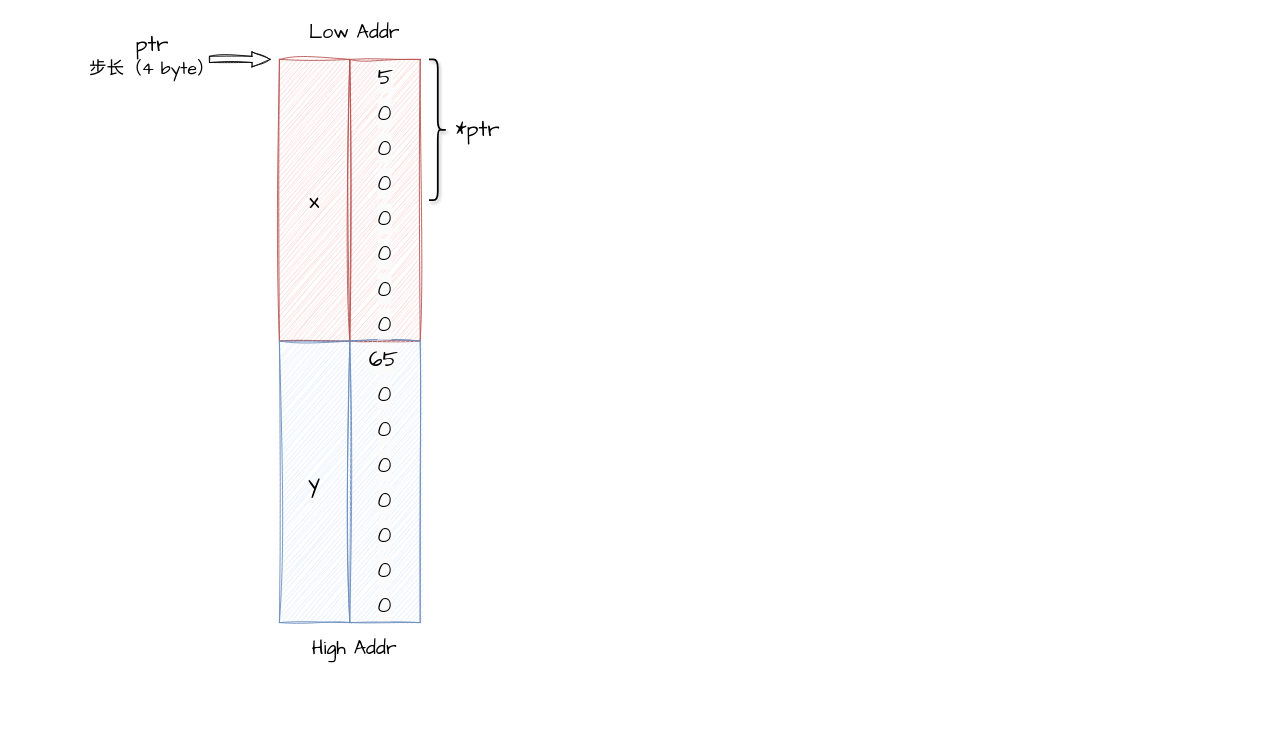
This is 理解指针.drawio from noobone123/Some_pics, a draw.io file, before an edit. Source tidied: cells renumbered, new cells numbered last; positions are measured from the earlier drawing's top-left corner, leaving out a move shared by most shapes. Both pictures are drawn from the tidied source at 88%, with x=0, y=0 at pixel (81, 15).
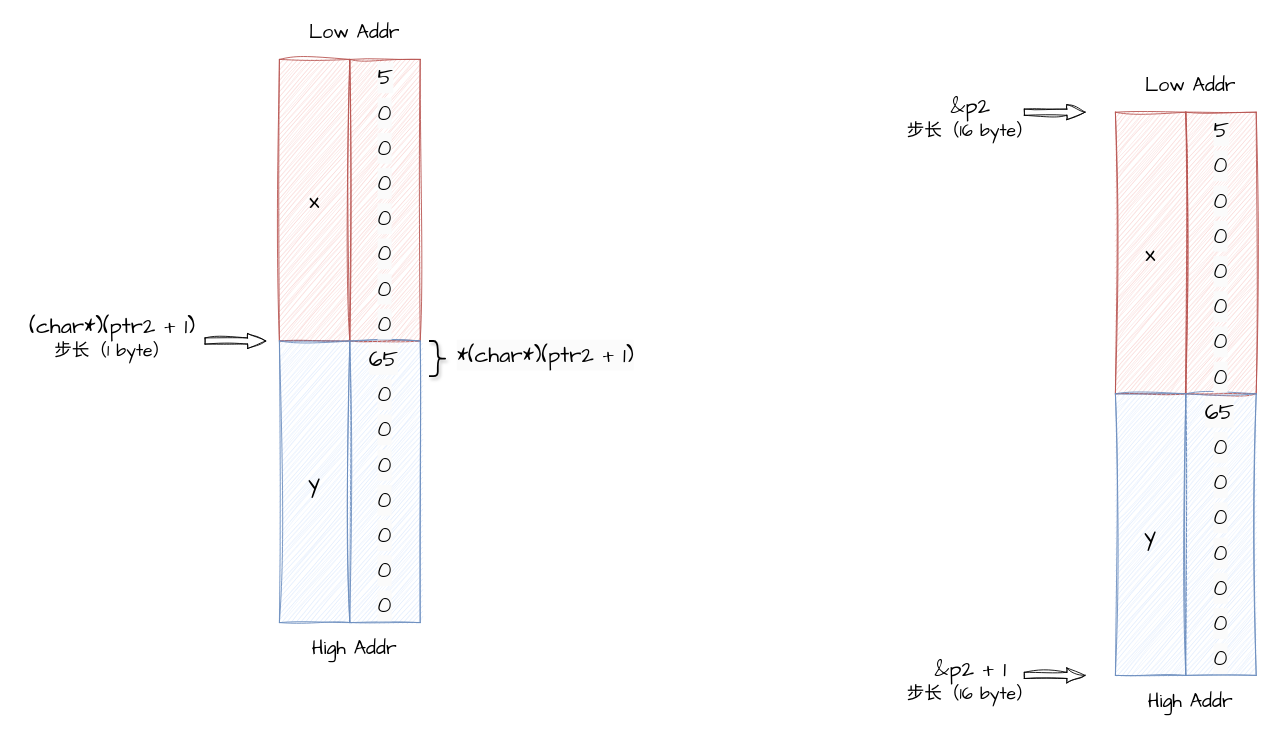
Above is the later version.

Commit message (it also covers changes not shown here):
更新理解指针.drawio

The edit, as a diff of the source:
```diff
@@
     <mxCell id="4" style="endArrow=classic;html=1;rounded=0;fontFamily=Helvetica;fontSize=12;fontColor=default;sketch=1;curveFitting=1;jiggle=2;shape=flexArrow;endWidth=9;endSize=6.56;width=7;" parent="1" edge="1">
       <mxGeometry relative="1" as="geometry">
-        <mxPoint x="145" y="50" as="sourcePoint" />
-        <mxPoint x="215" y="50" as="targetPoint" />
+        <mxPoint x="140" y="370" as="sourcePoint" />
+        <mxPoint x="210" y="370" as="targetPoint" />
       </mxGeometry>
     </mxCell>
-    <mxCell id="5" value="&lt;font style=&quot;&quot; face=&quot;Comic Sans MS&quot;&gt;&lt;span style=&quot;font-size: 25px;&quot;&gt;ptr&lt;/span&gt;&lt;br&gt;&lt;font style=&quot;font-size: 20px;&quot;&gt;步长（4 byte）&lt;/font&gt;&lt;br&gt;&lt;/font&gt;" style="text;html=1;align=center;verticalAlign=middle;strokeColor=none;fillColor=none;fontSize=12;fontFamily=Helvetica;fontColor=default;" parent="1" vertex="1">
-      <mxGeometry y="10" width="160" height="70" as="geometry" />
+    <mxCell id="5" value="&lt;font style=&quot;&quot; face=&quot;Comic Sans MS&quot;&gt;&lt;span style=&quot;font-size: 25px;&quot;&gt;(char*)(ptr2 + 1)&lt;/span&gt;&lt;br&gt;&lt;font style=&quot;font-size: 20px;&quot;&gt;步长（1 byte）&lt;/font&gt;&lt;br&gt;&lt;/font&gt;" style="text;html=1;align=center;verticalAlign=middle;strokeColor=none;fillColor=none;fontSize=12;fontFamily=Helvetica;fontColor=default;" parent="1" vertex="1">
+      <mxGeometry x="-75" y="330" width="220" height="70" as="geometry" />
     </mxCell>
@@
     <mxCell id="26" style="shape=curlyBracket;whiteSpace=wrap;html=1;rounded=1;flipH=1;labelPosition=right;verticalLabelPosition=middle;align=left;verticalAlign=middle;fontFamily=Helvetica;fontSize=12;fontColor=default;fillColor=none;gradientColor=none;strokeWidth=2;shadow=1;" parent="1" vertex="1">
-      <mxGeometry x="395" y="50" width="20" height="160" as="geometry" />
+      <mxGeometry x="395" y="370" width="20" height="40" as="geometry" />
     </mxCell>
-    <mxCell id="27" value="&lt;font style=&quot;&quot; face=&quot;Comic Sans MS&quot;&gt;&lt;span style=&quot;font-size: 25px;&quot;&gt;*ptr&lt;/span&gt;&lt;br&gt;&lt;/font&gt;" style="text;html=1;align=center;verticalAlign=middle;strokeColor=none;fillColor=none;fontSize=12;fontFamily=Helvetica;fontColor=default;" parent="1" vertex="1">
-      <mxGeometry x="415" y="110" width="70" height="40" as="geometry" />
-    </mxCell>
+    <mxCell id="28" value="&lt;span style=&quot;border-color: var(--border-color); color: rgb(0, 0, 0); font-family: &amp;quot;Comic Sans MS&amp;quot;; font-style: normal; font-variant-ligatures: normal; font-variant-caps: normal; font-weight: 400; letter-spacing: normal; orphans: 2; text-align: center; text-indent: 0px; text-transform: none; widows: 2; word-spacing: 0px; -webkit-text-stroke-width: 0px; background-color: rgb(251, 251, 251); text-decoration-thickness: initial; text-decoration-style: initial; text-decoration-color: initial; font-size: 25px;&quot;&gt;*(char*)(ptr2 + 1)&lt;/span&gt;" style="text;whiteSpace=wrap;html=1;fontSize=12;fontFamily=Helvetica;fontColor=default;" parent="1" vertex="1">
+      <mxGeometry x="425" y="365" width="230" height="50" as="geometry" />
+    </mxCell>
+    <mxCell id="29" value="&lt;font face=&quot;Comic Sans MS&quot; style=&quot;font-size: 25px;&quot;&gt;x&lt;/font&gt;" style="rounded=0;whiteSpace=wrap;html=1;fillColor=#f8cecc;strokeColor=#b85450;sketch=1;curveFitting=1;jiggle=2;shadow=0;" parent="1" vertex="1">
+      <mxGeometry x="1175" y="110" width="80" height="320" as="geometry" />
+    </mxCell>
+    <mxCell id="30" value="&lt;font face=&quot;Comic Sans MS&quot; style=&quot;font-size: 25px;&quot;&gt;y&lt;/font&gt;" style="rounded=0;whiteSpace=wrap;html=1;fillColor=#dae8fc;strokeColor=#6c8ebf;sketch=1;curveFitting=1;jiggle=2;" parent="1" vertex="1">
+      <mxGeometry x="1175" y="430" width="80" height="320" as="geometry" />
+    </mxCell>
+    <mxCell id="31" style="endArrow=classic;html=1;rounded=0;fontFamily=Helvetica;fontSize=12;fontColor=default;sketch=1;curveFitting=1;jiggle=2;shape=flexArrow;endWidth=9;endSize=6.56;width=7;" parent="1" edge="1">
+      <mxGeometry relative="1" as="geometry">
+        <mxPoint x="1071" y="110" as="sourcePoint" />
+        <mxPoint x="1141" y="110" as="targetPoint" />
+      </mxGeometry>
+    </mxCell>
+    <mxCell id="32" value="&lt;font style=&quot;&quot; face=&quot;Comic Sans MS&quot;&gt;&lt;span style=&quot;font-size: 25px;&quot;&gt;&amp;amp;p2&lt;/span&gt;&lt;br&gt;&lt;font style=&quot;font-size: 20px;&quot;&gt;步长（16 byte）&lt;/font&gt;&lt;br&gt;&lt;/font&gt;" style="text;html=1;align=center;verticalAlign=middle;strokeColor=none;fillColor=none;fontSize=12;fontFamily=Helvetica;fontColor=default;" parent="1" vertex="1">
+      <mxGeometry x="925" y="80" width="170" height="70" as="geometry" />
+    </mxCell>
+    <mxCell id="33" style="rounded=0;whiteSpace=wrap;html=1;fillColor=#f8cecc;strokeColor=#b85450;sketch=1;curveFitting=1;jiggle=2;shadow=0;" parent="1" vertex="1">
+      <mxGeometry x="1255" y="110" width="80" height="320" as="geometry" />
+    </mxCell>
+    <mxCell id="34" style="rounded=0;whiteSpace=wrap;html=1;fillColor=#dae8fc;strokeColor=#6c8ebf;sketch=1;curveFitting=1;jiggle=2;shadow=0;" parent="1" vertex="1">
+      <mxGeometry x="1255" y="430" width="80" height="320" as="geometry" />
+    </mxCell>
+    <mxCell id="35" value="&lt;span style=&quot;color: rgb(0, 0, 0); font-family: &amp;quot;Comic Sans MS&amp;quot;; font-size: 25px; font-style: normal; font-variant-ligatures: normal; font-variant-caps: normal; font-weight: 400; letter-spacing: normal; orphans: 2; text-align: center; text-indent: 0px; text-transform: none; widows: 2; word-spacing: 0px; -webkit-text-stroke-width: 0px; background-color: rgb(251, 251, 251); text-decoration-thickness: initial; text-decoration-style: initial; text-decoration-color: initial; float: none; display: inline !important;&quot;&gt;5&lt;/span&gt;" style="text;whiteSpace=wrap;html=1;fontSize=12;fontFamily=Helvetica;fontColor=default;" parent="1" vertex="1">
+      <mxGeometry x="1285" y="110" width="20" height="50" as="geometry" />
+    </mxCell>
+    <mxCell id="36" value="&lt;span style=&quot;color: rgb(0, 0, 0); font-family: &amp;quot;Comic Sans MS&amp;quot;; font-size: 25px; font-style: normal; font-variant-ligatures: normal; font-variant-caps: normal; font-weight: 400; letter-spacing: normal; orphans: 2; text-align: center; text-indent: 0px; text-transform: none; widows: 2; word-spacing: 0px; -webkit-text-stroke-width: 0px; background-color: rgb(251, 251, 251); text-decoration-thickness: initial; text-decoration-style: initial; text-decoration-color: initial; float: none; display: inline !important;&quot;&gt;0&lt;/span&gt;" style="text;whiteSpace=wrap;html=1;fontSize=12;fontFamily=Helvetica;fontColor=default;" parent="1" vertex="1">
+      <mxGeometry x="1285" y="150" width="20" height="50" as="geometry" />
+    </mxCell>
+    <mxCell id="37" value="&lt;span style=&quot;color: rgb(0, 0, 0); font-family: &amp;quot;Comic Sans MS&amp;quot;; font-size: 25px; font-style: normal; font-variant-ligatures: normal; font-variant-caps: normal; font-weight: 400; letter-spacing: normal; orphans: 2; text-align: center; text-indent: 0px; text-transform: none; widows: 2; word-spacing: 0px; -webkit-text-stroke-width: 0px; background-color: rgb(251, 251, 251); text-decoration-thickness: initial; text-decoration-style: initial; text-decoration-color: initial; float: none; display: inline !important;&quot;&gt;0&lt;/span&gt;" style="text;whiteSpace=wrap;html=1;fontSize=12;fontFamily=Helvetica;fontColor=default;" parent="1" vertex="1">
+      <mxGeometry x="1285" y="190" width="20" height="50" as="geometry" />
+    </mxCell>
+    <mxCell id="38" value="&lt;span style=&quot;color: rgb(0, 0, 0); font-family: &amp;quot;Comic Sans MS&amp;quot;; font-size: 25px; font-style: normal; font-variant-ligatures: normal; font-variant-caps: normal; font-weight: 400; letter-spacing: normal; orphans: 2; text-align: center; text-indent: 0px; text-transform: none; widows: 2; word-spacing: 0px; -webkit-text-stroke-width: 0px; background-color: rgb(251, 251, 251); text-decoration-thickness: initial; text-decoration-style: initial; text-decoration-color: initial; float: none; display: inline !important;&quot;&gt;0&lt;/span&gt;" style="text;whiteSpace=wrap;html=1;fontSize=12;fontFamily=Helvetica;fontColor=default;" parent="1" vertex="1">
+      <mxGeometry x="1285" y="230" width="20" height="50" as="geometry" />
+    </mxCell>
+    <mxCell id="39" value="&lt;span style=&quot;color: rgb(0, 0, 0); font-family: &amp;quot;Comic Sans MS&amp;quot;; font-size: 25px; font-style: normal; font-variant-ligatures: normal; font-variant-caps: normal; font-weight: 400; letter-spacing: normal; orphans: 2; text-align: center; text-indent: 0px; text-transform: none; widows: 2; word-spacing: 0px; -webkit-text-stroke-width: 0px; background-color: rgb(251, 251, 251); text-decoration-thickness: initial; text-decoration-style: initial; text-decoration-color: initial; float: none; display: inline !important;&quot;&gt;0&lt;/span&gt;" style="text;whiteSpace=wrap;html=1;fontSize=12;fontFamily=Helvetica;fontColor=default;" parent="1" vertex="1">
+      <mxGeometry x="1285" y="270" width="20" height="50" as="geometry" />
+    </mxCell>
+    <mxCell id="40" value="&lt;span style=&quot;color: rgb(0, 0, 0); font-family: &amp;quot;Comic Sans MS&amp;quot;; font-size: 25px; font-style: normal; font-variant-ligatures: normal; font-variant-caps: normal; font-weight: 400; letter-spacing: normal; orphans: 2; text-align: center; text-indent: 0px; text-transform: none; widows: 2; word-spacing: 0px; -webkit-text-stroke-width: 0px; background-color: rgb(251, 251, 251); text-decoration-thickness: initial; text-decoration-style: initial; text-decoration-color: initial; float: none; display: inline !important;&quot;&gt;0&lt;/span&gt;" style="text;whiteSpace=wrap;html=1;fontSize=12;fontFamily=Helvetica;fontColor=default;" parent="1" vertex="1">
+      <mxGeometry x="1285" y="310" width="20" height="50" as="geometry" />
+    </mxCell>
+    <mxCell id="41" value="&lt;span style=&quot;color: rgb(0, 0, 0); font-family: &amp;quot;Comic Sans MS&amp;quot;; font-size: 25px; font-style: normal; font-variant-ligatures: normal; font-variant-caps: normal; font-weight: 400; letter-spacing: normal; orphans: 2; text-align: center; text-indent: 0px; text-transform: none; widows: 2; word-spacing: 0px; -webkit-text-stroke-width: 0px; background-color: rgb(251, 251, 251); text-decoration-thickness: initial; text-decoration-style: initial; text-decoration-color: initial; float: none; display: inline !important;&quot;&gt;0&lt;/span&gt;" style="text;whiteSpace=wrap;html=1;fontSize=12;fontFamily=Helvetica;fontColor=default;" parent="1" vertex="1">
+      <mxGeometry x="1285" y="350" width="20" height="50" as="geometry" />
+    </mxCell>
+    <mxCell id="42" value="&lt;span style=&quot;color: rgb(0, 0, 0); font-family: &amp;quot;Comic Sans MS&amp;quot;; font-size: 25px; font-style: normal; font-variant-ligatures: normal; font-variant-caps: normal; font-weight: 400; letter-spacing: normal; orphans: 2; text-align: center; text-indent: 0px; text-transform: none; widows: 2; word-spacing: 0px; -webkit-text-stroke-width: 0px; background-color: rgb(251, 251, 251); text-decoration-thickness: initial; text-decoration-style: initial; text-decoration-color: initial; float: none; display: inline !important;&quot;&gt;0&lt;/span&gt;" style="text;whiteSpace=wrap;html=1;fontSize=12;fontFamily=Helvetica;fontColor=default;" parent="1" vertex="1">
+      <mxGeometry x="1285" y="390" width="20" height="50" as="geometry" />
+    </mxCell>
+    <mxCell id="43" value="&lt;span style=&quot;color: rgb(0, 0, 0); font-family: &amp;quot;Comic Sans MS&amp;quot;; font-size: 25px; font-style: normal; font-variant-ligatures: normal; font-variant-caps: normal; font-weight: 400; letter-spacing: normal; orphans: 2; text-align: center; text-indent: 0px; text-transform: none; widows: 2; word-spacing: 0px; -webkit-text-stroke-width: 0px; background-color: rgb(251, 251, 251); text-decoration-thickness: initial; text-decoration-style: initial; text-decoration-color: initial; float: none; display: inline !important;&quot;&gt;65&lt;/span&gt;" style="text;whiteSpace=wrap;html=1;fontSize=12;fontFamily=Helvetica;fontColor=default;" parent="1" vertex="1">
+      <mxGeometry x="1275" y="430" width="30" height="50" as="geometry" />
+    </mxCell>
+    <mxCell id="44" value="&lt;span style=&quot;color: rgb(0, 0, 0); font-family: &amp;quot;Comic Sans MS&amp;quot;; font-size: 25px; font-style: normal; font-variant-ligatures: normal; font-variant-caps: normal; font-weight: 400; letter-spacing: normal; orphans: 2; text-align: center; text-indent: 0px; text-transform: none; widows: 2; word-spacing: 0px; -webkit-text-stroke-width: 0px; background-color: rgb(251, 251, 251); text-decoration-thickness: initial; text-decoration-style: initial; text-decoration-color: initial; float: none; display: inline !important;&quot;&gt;0&lt;/span&gt;" style="text;whiteSpace=wrap;html=1;fontSize=12;fontFamily=Helvetica;fontColor=default;" parent="1" vertex="1">
+      <mxGeometry x="1285" y="470" width="20" height="50" as="geometry" />
+    </mxCell>
+    <mxCell id="45" value="&lt;span style=&quot;color: rgb(0, 0, 0); font-family: &amp;quot;Comic Sans MS&amp;quot;; font-size: 25px; font-style: normal; font-variant-ligatures: normal; font-variant-caps: normal; font-weight: 400; letter-spacing: normal; orphans: 2; text-align: center; text-indent: 0px; text-transform: none; widows: 2; word-spacing: 0px; -webkit-text-stroke-width: 0px; background-color: rgb(251, 251, 251); text-decoration-thickness: initial; text-decoration-style: initial; text-decoration-color: initial; float: none; display: inline !important;&quot;&gt;0&lt;/span&gt;" style="text;whiteSpace=wrap;html=1;fontSize=12;fontFamily=Helvetica;fontColor=default;" parent="1" vertex="1">
+      <mxGeometry x="1285" y="510" width="20" height="50" as="geometry" />
+    </mxCell>
+    <mxCell id="46" value="&lt;span style=&quot;color: rgb(0, 0, 0); font-family: &amp;quot;Comic Sans MS&amp;quot;; font-size: 25px; font-style: normal; font-variant-ligatures: normal; font-variant-caps: normal; font-weight: 400; letter-spacing: normal; orphans: 2; text-align: center; text-indent: 0px; text-transform: none; widows: 2; word-spacing: 0px; -webkit-text-stroke-width: 0px; background-color: rgb(251, 251, 251); text-decoration-thickness: initial; text-decoration-style: initial; text-decoration-color: initial; float: none; display: inline !important;&quot;&gt;0&lt;/span&gt;" style="text;whiteSpace=wrap;html=1;fontSize=12;fontFamily=Helvetica;fontColor=default;" parent="1" vertex="1">
+      <mxGeometry x="1285" y="550" width="20" height="50" as="geometry" />
+    </mxCell>
+    <mxCell id="47" value="&lt;span style=&quot;color: rgb(0, 0, 0); font-family: &amp;quot;Comic Sans MS&amp;quot;; font-size: 25px; font-style: normal; font-variant-ligatures: normal; font-variant-caps: normal; font-weight: 400; letter-spacing: normal; orphans: 2; text-align: center; text-indent: 0px; text-transform: none; widows: 2; word-spacing: 0px; -webkit-text-stroke-width: 0px; background-color: rgb(251, 251, 251); text-decoration-thickness: initial; text-decoration-style: initial; text-decoration-color: initial; float: none; display: inline !important;&quot;&gt;0&lt;/span&gt;" style="text;whiteSpace=wrap;html=1;fontSize=12;fontFamily=Helvetica;fontColor=default;" parent="1" vertex="1">
+      <mxGeometry x="1285" y="590" width="20" height="50" as="geometry" />
+    </mxCell>
+    <mxCell id="48" value="&lt;span style=&quot;color: rgb(0, 0, 0); font-family: &amp;quot;Comic Sans MS&amp;quot;; font-size: 25px; font-style: normal; font-variant-ligatures: normal; font-variant-caps: normal; font-weight: 400; letter-spacing: normal; orphans: 2; text-align: center; text-indent: 0px; text-transform: none; widows: 2; word-spacing: 0px; -webkit-text-stroke-width: 0px; background-color: rgb(251, 251, 251); text-decoration-thickness: initial; text-decoration-style: initial; text-decoration-color: initial; float: none; display: inline !important;&quot;&gt;0&lt;/span&gt;" style="text;whiteSpace=wrap;html=1;fontSize=12;fontFamily=Helvetica;fontColor=default;" parent="1" vertex="1">
+      <mxGeometry x="1285" y="630" width="20" height="50" as="geometry" />
+    </mxCell>
+    <mxCell id="49" value="&lt;span style=&quot;color: rgb(0, 0, 0); font-family: &amp;quot;Comic Sans MS&amp;quot;; font-size: 25px; font-style: normal; font-variant-ligatures: normal; font-variant-caps: normal; font-weight: 400; letter-spacing: normal; orphans: 2; text-align: center; text-indent: 0px; text-transform: none; widows: 2; word-spacing: 0px; -webkit-text-stroke-width: 0px; background-color: rgb(251, 251, 251); text-decoration-thickness: initial; text-decoration-style: initial; text-decoration-color: initial; float: none; display: inline !important;&quot;&gt;0&lt;/span&gt;" style="text;whiteSpace=wrap;html=1;fontSize=12;fontFamily=Helvetica;fontColor=default;" parent="1" vertex="1">
+      <mxGeometry x="1285" y="670" width="20" height="50" as="geometry" />
+    </mxCell>
+    <mxCell id="50" value="&lt;span style=&quot;color: rgb(0, 0, 0); font-family: &amp;quot;Comic Sans MS&amp;quot;; font-size: 25px; font-style: normal; font-variant-ligatures: normal; font-variant-caps: normal; font-weight: 400; letter-spacing: normal; orphans: 2; text-align: center; text-indent: 0px; text-transform: none; widows: 2; word-spacing: 0px; -webkit-text-stroke-width: 0px; background-color: rgb(251, 251, 251); text-decoration-thickness: initial; text-decoration-style: initial; text-decoration-color: initial; float: none; display: inline !important;&quot;&gt;0&lt;/span&gt;" style="text;whiteSpace=wrap;html=1;fontSize=12;fontFamily=Helvetica;fontColor=default;" parent="1" vertex="1">
+      <mxGeometry x="1285" y="710" width="20" height="50" as="geometry" />
+    </mxCell>
+    <mxCell id="51" value="&lt;font face=&quot;Comic Sans MS&quot;&gt;&lt;span style=&quot;font-size: 22px;&quot;&gt;Low Addr&lt;/span&gt;&lt;/font&gt;" style="text;html=1;align=center;verticalAlign=middle;strokeColor=none;fillColor=none;fontSize=12;fontFamily=Helvetica;fontColor=default;" parent="1" vertex="1">
+      <mxGeometry x="1200" y="60" width="120" height="40" as="geometry" />
+    </mxCell>
+    <mxCell id="52" value="&lt;font face=&quot;Comic Sans MS&quot;&gt;&lt;span style=&quot;font-size: 22px;&quot;&gt;High Addr&lt;/span&gt;&lt;/font&gt;" style="text;html=1;align=center;verticalAlign=middle;strokeColor=none;fillColor=none;fontSize=12;fontFamily=Helvetica;fontColor=default;" parent="1" vertex="1">
+      <mxGeometry x="1195" y="760" width="130" height="40" as="geometry" />
+    </mxCell>
+    <mxCell id="53" style="endArrow=classic;html=1;rounded=0;fontFamily=Helvetica;fontSize=12;fontColor=default;sketch=1;curveFitting=1;jiggle=2;shape=flexArrow;endWidth=9;endSize=6.56;width=7;" parent="1" edge="1">
+      <mxGeometry relative="1" as="geometry">
+        <mxPoint x="1071" y="750" as="sourcePoint" />
+        <mxPoint x="1141" y="750" as="targetPoint" />
+      </mxGeometry>
+    </mxCell>
+    <mxCell id="54" value="&lt;font style=&quot;&quot; face=&quot;Comic Sans MS&quot;&gt;&lt;span style=&quot;font-size: 25px;&quot;&gt;&amp;amp;p2 + 1&lt;/span&gt;&lt;br&gt;&lt;font style=&quot;font-size: 20px;&quot;&gt;步长（16 byte）&lt;/font&gt;&lt;br&gt;&lt;/font&gt;" style="text;html=1;align=center;verticalAlign=middle;strokeColor=none;fillColor=none;fontSize=12;fontFamily=Helvetica;fontColor=default;" parent="1" vertex="1">
+      <mxGeometry x="925" y="720" width="170" height="70" as="geometry" />
+    </mxCell>
```
